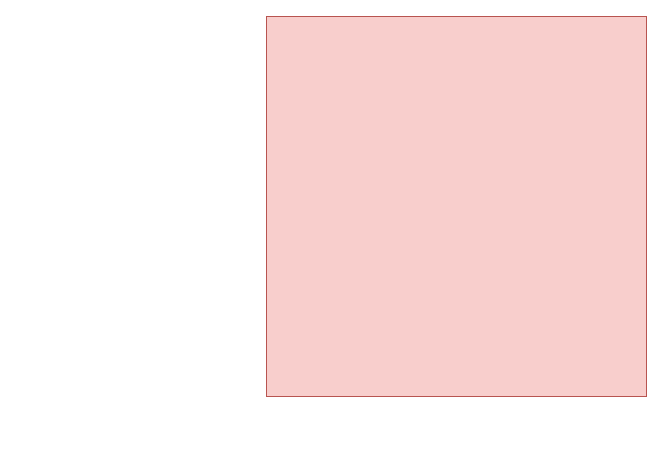
This is Untitled Diagram.drawio from bengraham-B/L3T14, a draw.io file, before an edit. Source tidied: cells renumbered, new cells numbered last; positions are measured from the earlier drawing's top-left corner, leaving out a move shared by most shapes. Both pictures are drawn from the tidied source at 100%, with x=0, y=0 at pixel (266, 16).
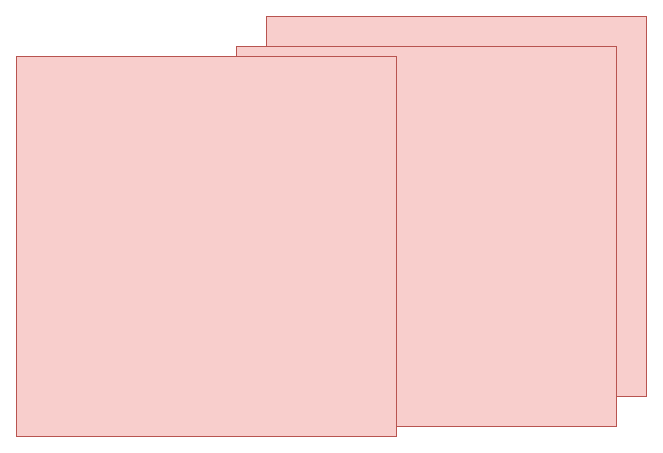
The same page after the edit.

Diff of the diagram source:
```diff
@@
 <mxGraphModel>
   <root>
     <mxCell id="0" />
     <mxCell id="1" parent="0" />
     <mxCell id="2" style="whiteSpace=wrap;html=1;fillColor=#f8cecc;strokeColor=#b85450;" parent="1" vertex="1">
       <mxGeometry width="380" height="380" as="geometry" />
     </mxCell>
+    <mxCell id="3" style="whiteSpace=wrap;html=1;fillColor=#f8cecc;strokeColor=#b85450;" parent="1" vertex="1">
+      <mxGeometry x="-30" y="30" width="380" height="380" as="geometry" />
+    </mxCell>
+    <mxCell id="4" style="whiteSpace=wrap;html=1;fillColor=#f8cecc;strokeColor=#b85450;" parent="1" vertex="1">
+      <mxGeometry x="-30" y="30" width="380" height="380" as="geometry" />
+    </mxCell>
+    <mxCell id="5" style="whiteSpace=wrap;html=1;fillColor=#f8cecc;strokeColor=#b85450;" parent="1" vertex="1">
+      <mxGeometry x="-250" y="40" width="380" height="380" as="geometry" />
+    </mxCell>
   </root>
 </mxGraphModel>
```
